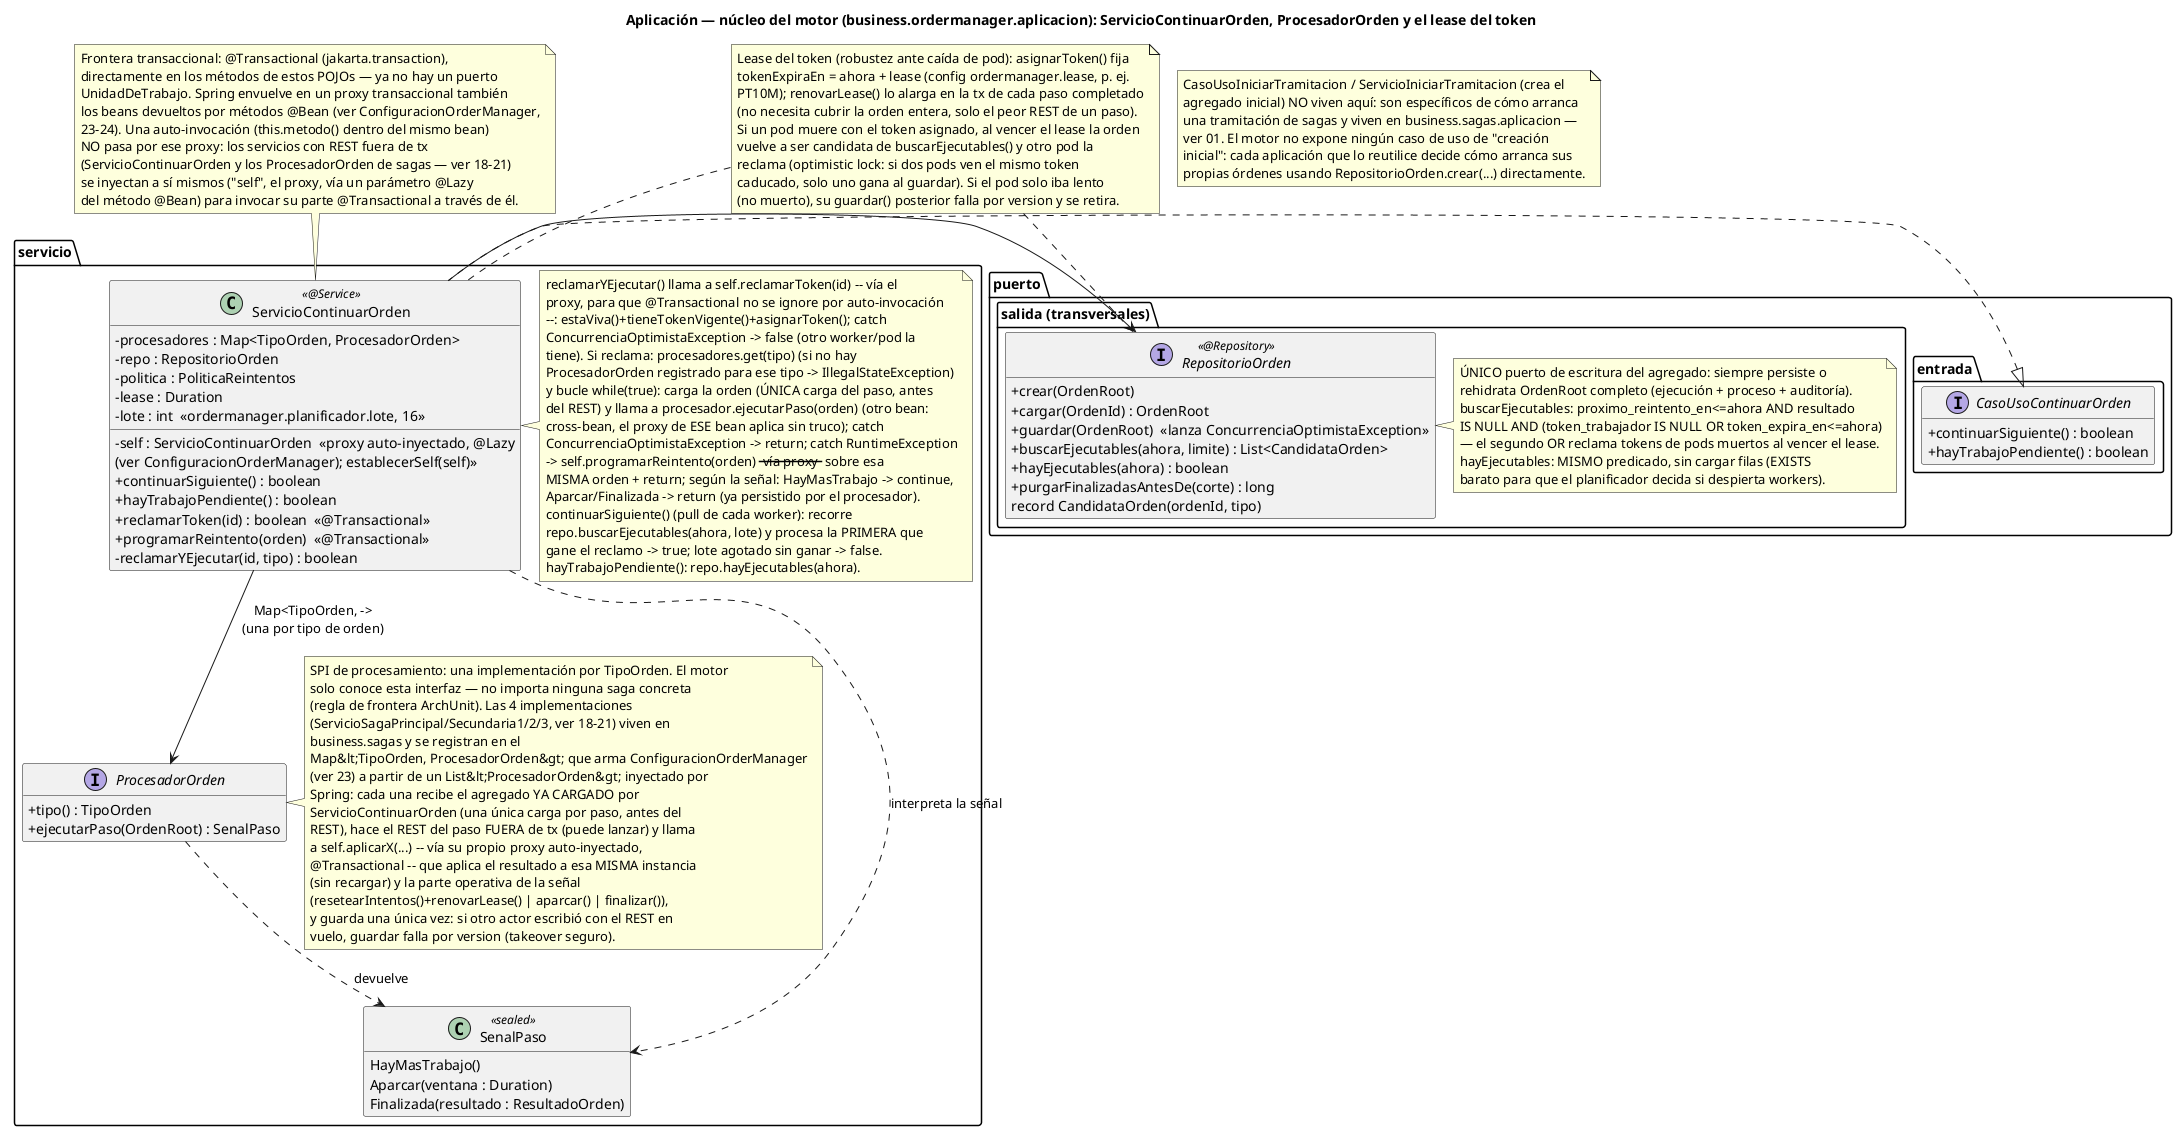
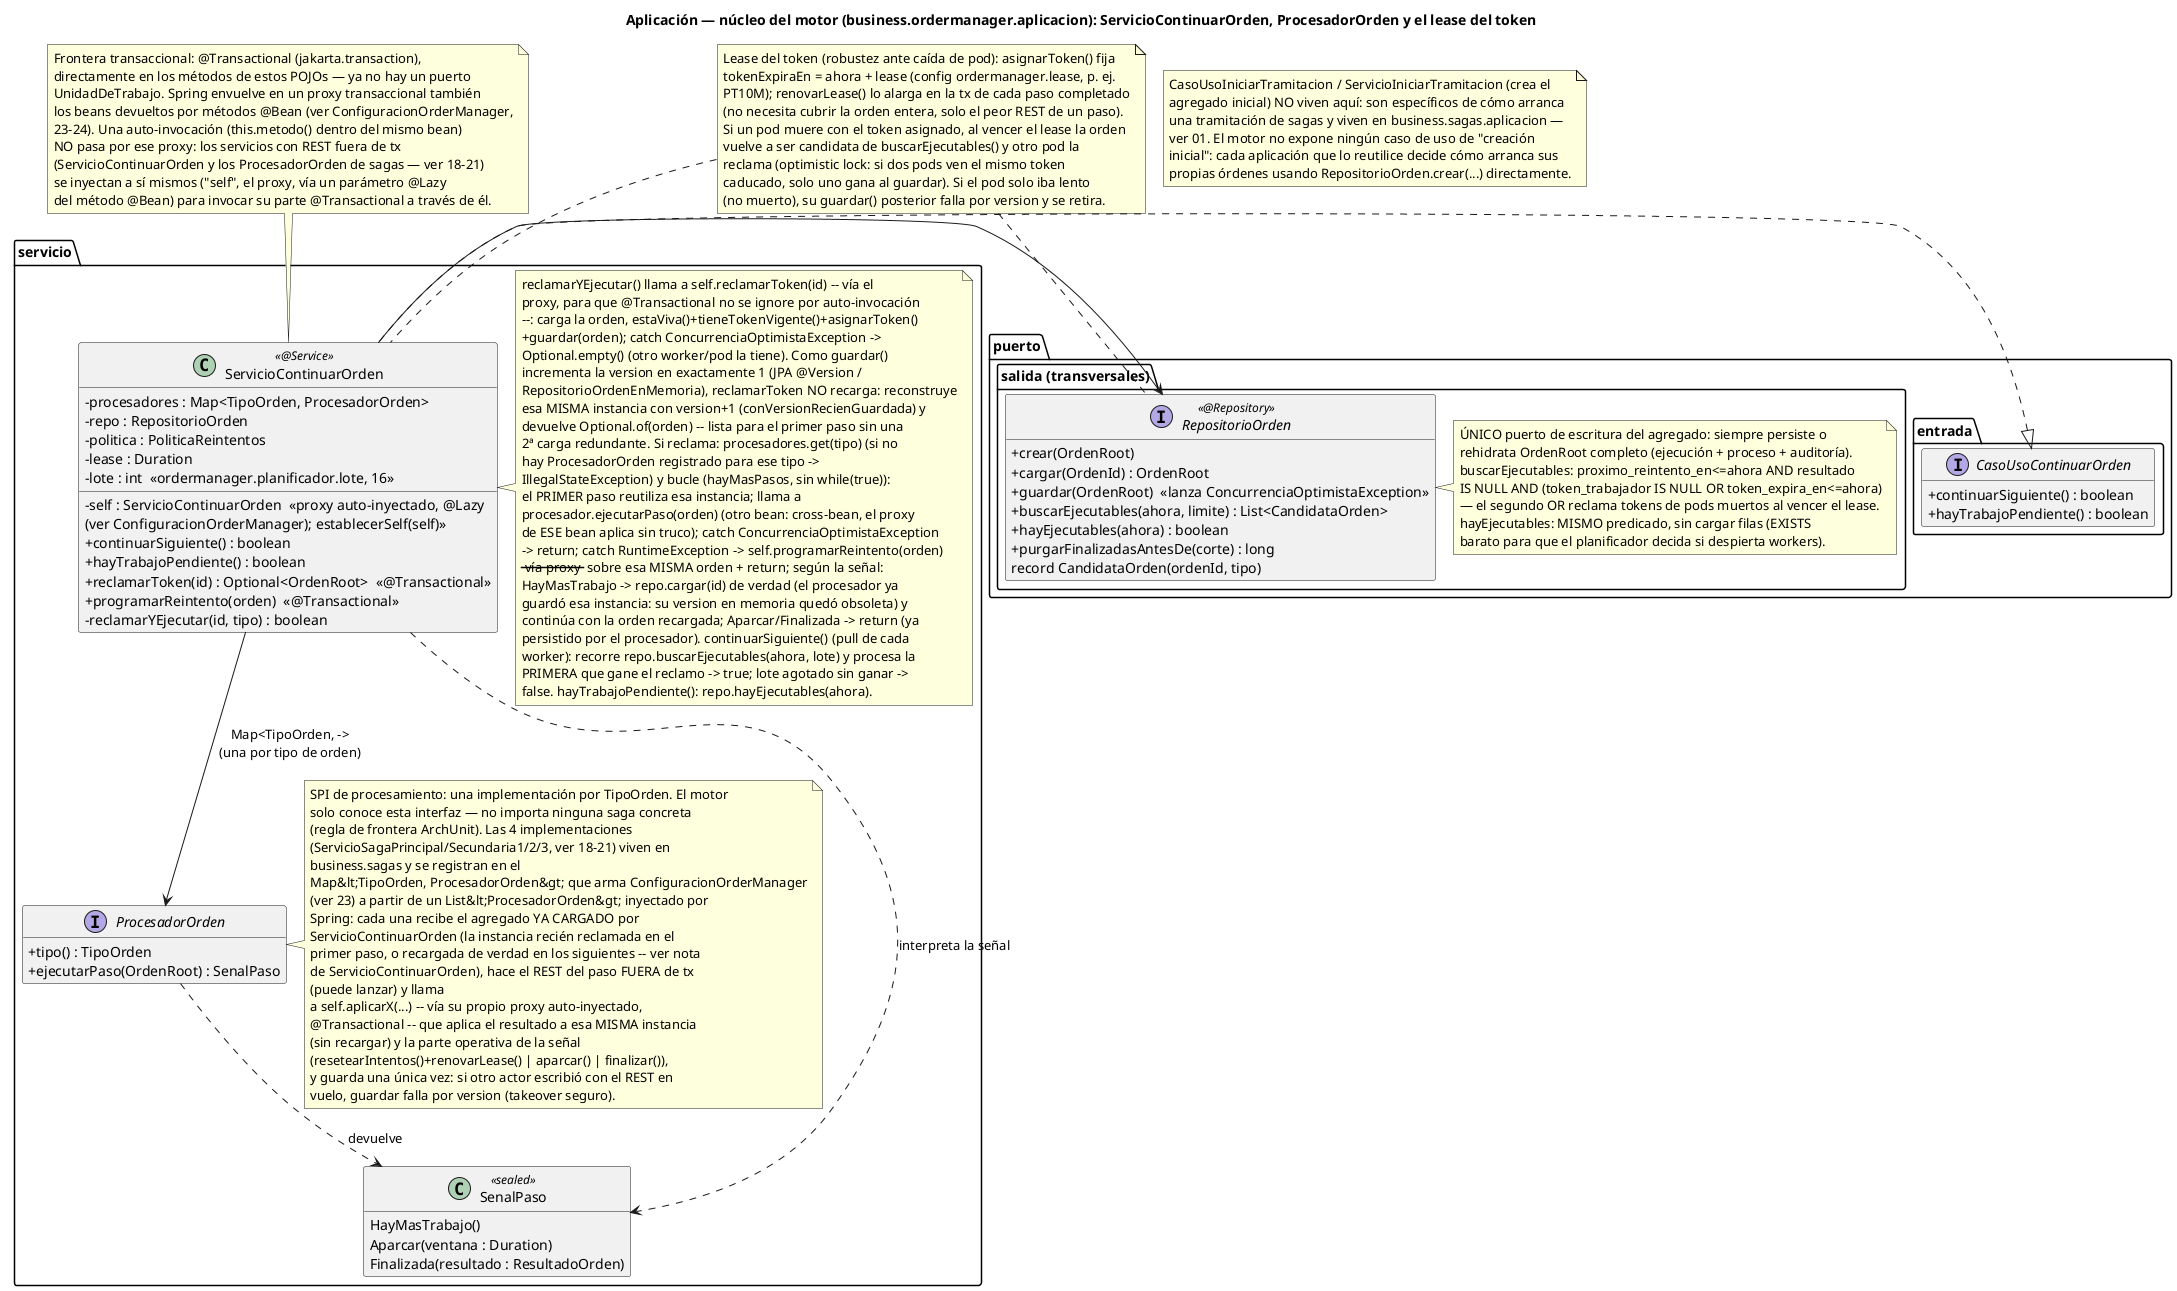
@startuml 17-clases-aplicacion-nucleo
title Aplicación — núcleo del motor (business.ordermanager.aplicacion): ServicioContinuarOrden, ProcesadorOrden y el lease del token
!pragma layout smetana
hide empty members
skinparam classAttributeIconSize 0

package "puerto.entrada" {
  interface CasoUsoContinuarOrden {
    +continuarSiguiente() : boolean
    +hayTrabajoPendiente() : boolean
  }
}

package "servicio" {
  class ServicioContinuarOrden <<@Service>> {
    -procesadores : Map<TipoOrden, ProcesadorOrden>
    -repo : RepositorioOrden
    -politica : PoliticaReintentos
    -lease : Duration
    -lote : int  «ordermanager.planificador.lote, 16»
    -self : ServicioContinuarOrden  «proxy auto-inyectado, @Lazy\n(ver ConfiguracionOrderManager); establecerSelf(self)»
    +continuarSiguiente() : boolean
    +hayTrabajoPendiente() : boolean
-     +reclamarToken(id) : boolean  «@Transactional»
+     +reclamarToken(id) : Optional<OrdenRoot>  «@Transactional»
    +programarReintento(orden)  «@Transactional»
    -reclamarYEjecutar(id, tipo) : boolean
  }
  note right of ServicioContinuarOrden
    reclamarYEjecutar() llama a self.reclamarToken(id) -- vía el
    proxy, para que @Transactional no se ignore por auto-invocación
-     --: estaViva()+tieneTokenVigente()+asignarToken(); catch
-     ConcurrenciaOptimistaException -> false (otro worker/pod la
-     tiene). Si reclama: procesadores.get(tipo) (si no hay
-     ProcesadorOrden registrado para ese tipo -> IllegalStateException)
-     y bucle while(true): carga la orden (ÚNICA carga del paso, antes
-     del REST) y llama a procesador.ejecutarPaso(orden) (otro bean:
-     cross-bean, el proxy de ESE bean aplica sin truco); catch
-     ConcurrenciaOptimistaException -> return; catch RuntimeException
-     -> self.programarReintento(orden) -- vía proxy -- sobre esa
-     MISMA orden + return; según la señal: HayMasTrabajo -> continue,
-     Aparcar/Finalizada -> return (ya persistido por el procesador).
-     continuarSiguiente() (pull de cada worker): recorre
-     repo.buscarEjecutables(ahora, lote) y procesa la PRIMERA que
-     gane el reclamo -> true; lote agotado sin ganar -> false.
-     hayTrabajoPendiente(): repo.hayEjecutables(ahora).
+     --: carga la orden, estaViva()+tieneTokenVigente()+asignarToken()
+     +guardar(orden); catch ConcurrenciaOptimistaException ->
+     Optional.empty() (otro worker/pod la tiene). Como guardar()
+     incrementa la version en exactamente 1 (JPA @Version /
+     RepositorioOrdenEnMemoria), reclamarToken NO recarga: reconstruye
+     esa MISMA instancia con version+1 (conVersionRecienGuardada) y
+     devuelve Optional.of(orden) -- lista para el primer paso sin una
+     2ª carga redundante. Si reclama: procesadores.get(tipo) (si no
+     hay ProcesadorOrden registrado para ese tipo ->
+     IllegalStateException) y bucle (hayMasPasos, sin while(true)):
+     el PRIMER paso reutiliza esa instancia; llama a
+     procesador.ejecutarPaso(orden) (otro bean: cross-bean, el proxy
+     de ESE bean aplica sin truco); catch ConcurrenciaOptimistaException
+     -> return; catch RuntimeException -> self.programarReintento(orden)
+     -- vía proxy -- sobre esa MISMA orden + return; según la señal:
+     HayMasTrabajo -> repo.cargar(id) de verdad (el procesador ya
+     guardó esa instancia: su version en memoria quedó obsoleta) y
+     continúa con la orden recargada; Aparcar/Finalizada -> return (ya
+     persistido por el procesador). continuarSiguiente() (pull de cada
+     worker): recorre repo.buscarEjecutables(ahora, lote) y procesa la
+     PRIMERA que gane el reclamo -> true; lote agotado sin ganar ->
+     false. hayTrabajoPendiente(): repo.hayEjecutables(ahora).
  end note

  interface ProcesadorOrden {
    +tipo() : TipoOrden
    +ejecutarPaso(OrdenRoot) : SenalPaso
  }
  note right of ProcesadorOrden
    SPI de procesamiento: una implementación por TipoOrden. El motor
    solo conoce esta interfaz — no importa ninguna saga concreta
    (regla de frontera ArchUnit). Las 4 implementaciones
    (ServicioSagaPrincipal/Secundaria1/2/3, ver 18-21) viven en
    business.sagas y se registran en el
    Map&lt;TipoOrden, ProcesadorOrden&gt; que arma ConfiguracionOrderManager
    (ver 23) a partir de un List&lt;ProcesadorOrden&gt; inyectado por
    Spring: cada una recibe el agregado YA CARGADO por
-     ServicioContinuarOrden (una única carga por paso, antes del
-     REST), hace el REST del paso FUERA de tx (puede lanzar) y llama
+     ServicioContinuarOrden (la instancia recién reclamada en el
+     primer paso, o recargada de verdad en los siguientes -- ver nota
+     de ServicioContinuarOrden), hace el REST del paso FUERA de tx
+     (puede lanzar) y llama
    a self.aplicarX(...) -- vía su propio proxy auto-inyectado,
    @Transactional -- que aplica el resultado a esa MISMA instancia
    (sin recargar) y la parte operativa de la señal
    (resetearIntentos()+renovarLease() | aparcar() | finalizar()),
    y guarda una única vez: si otro actor escribió con el REST en
    vuelo, guardar falla por version (takeover seguro).
  end note

  class "SenalPaso" as SenalPaso <<sealed>> {
    HayMasTrabajo()
    Aparcar(ventana : Duration)
    Finalizada(resultado : ResultadoOrden)
  }
}

package "puerto.salida (transversales)" {
  interface RepositorioOrden <<@Repository>> {
    +crear(OrdenRoot)
    +cargar(OrdenId) : OrdenRoot
    +guardar(OrdenRoot)  «lanza ConcurrenciaOptimistaException»
    +buscarEjecutables(ahora, limite) : List<CandidataOrden>
    +hayEjecutables(ahora) : boolean
    +purgarFinalizadasAntesDe(corte) : long
    record CandidataOrden(ordenId, tipo)
  }
  note right of RepositorioOrden
    ÚNICO puerto de escritura del agregado: siempre persiste o
    rehidrata OrdenRoot completo (ejecución + proceso + auditoría).
    buscarEjecutables: proximo_reintento_en<=ahora AND resultado
    IS NULL AND (token_trabajador IS NULL OR token_expira_en<=ahora)
    — el segundo OR reclama tokens de pods muertos al vencer el lease.
    hayEjecutables: MISMO predicado, sin cargar filas (EXISTS
    barato para que el planificador decida si despierta workers).
  end note
}

note as NTx
  Frontera transaccional: @Transactional (jakarta.transaction),
  directamente en los métodos de estos POJOs — ya no hay un puerto
  UnidadDeTrabajo. Spring envuelve en un proxy transaccional también
  los beans devueltos por métodos @Bean (ver ConfiguracionOrderManager,
  23-24). Una auto-invocación (this.metodo() dentro del mismo bean)
  NO pasa por ese proxy: los servicios con REST fuera de tx
  (ServicioContinuarOrden y los ProcesadorOrden de sagas — ver 18-21)
  se inyectan a sí mismos ("self", el proxy, vía un parámetro @Lazy
  del método @Bean) para invocar su parte @Transactional a través de él.
end note
NTx .. ServicioContinuarOrden

CasoUsoContinuarOrden <|.. ServicioContinuarOrden
ServicioContinuarOrden --> RepositorioOrden
ServicioContinuarOrden --> ProcesadorOrden : Map<TipoOrden, ->\n(una por tipo de orden)
ServicioContinuarOrden ..> SenalPaso : interpreta la señal
ProcesadorOrden ..> SenalPaso : devuelve

note as NLease
  Lease del token (robustez ante caída de pod): asignarToken() fija
  tokenExpiraEn = ahora + lease (config ordermanager.lease, p. ej.
  PT10M); renovarLease() lo alarga en la tx de cada paso completado
  (no necesita cubrir la orden entera, solo el peor REST de un paso).
  Si un pod muere con el token asignado, al vencer el lease la orden
  vuelve a ser candidata de buscarEjecutables() y otro pod la
  reclama (optimistic lock: si dos pods ven el mismo token
  caducado, solo uno gana al guardar). Si el pod solo iba lento
  (no muerto), su guardar() posterior falla por version y se retira.
end note
NLease .. RepositorioOrden
NLease .. ServicioContinuarOrden

note as NIniciar
  CasoUsoIniciarTramitacion / ServicioIniciarTramitacion (crea el
  agregado inicial) NO viven aquí: son específicos de cómo arranca
  una tramitación de sagas y viven en business.sagas.aplicacion —
  ver 01. El motor no expone ningún caso de uso de "creación
  inicial": cada aplicación que lo reutilice decide cómo arranca sus
  propias órdenes usando RepositorioOrden.crear(...) directamente.
end note

@enduml
